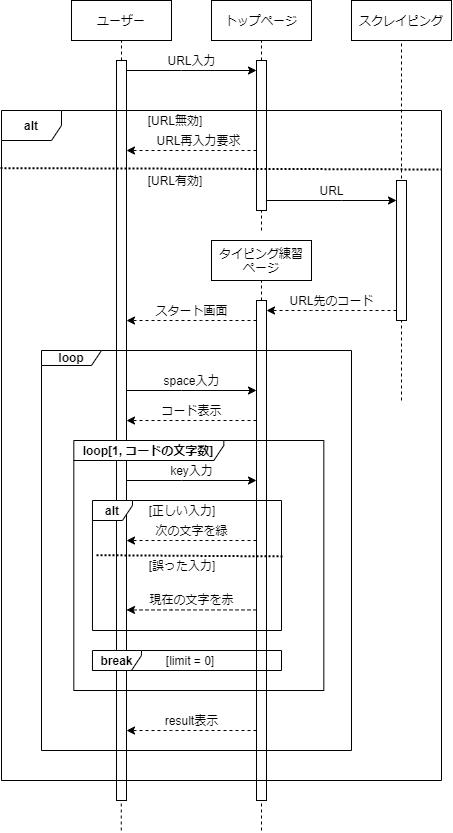
Before: documents/sequence.png, a diagram exported from draw.io (KoenHan/code_typing_app). Source tidied: cells renumbered, new cells last; positions are measured from the earlier drawing's top-left corner, leaving out a move shared by most shapes.
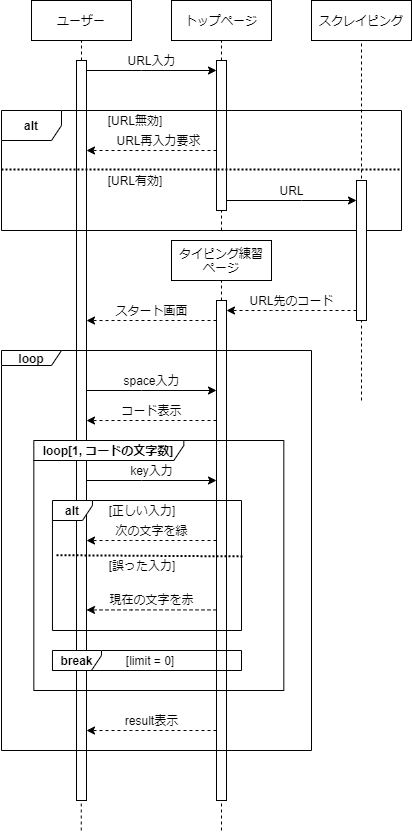
The same file after the commit.

Commit message:
fix sequence diagram

The edit, as a diff of the source:
```diff
@@ -6,7 +6,7 @@
       <mxGeometry x="41" y="350" width="310" height="400" as="geometry" />
     </mxCell>
     <mxCell id="3" value="alt" style="shape=umlFrame;whiteSpace=wrap;html=1;fontStyle=1;fontColor=#000000;labelBackgroundColor=none;strokeColor=#000000;fillColor=none;" parent="1" vertex="1">
-      <mxGeometry x="1" y="110" width="440" height="670" as="geometry" />
+      <mxGeometry x="41" y="110" width="400" height="120" as="geometry" />
     </mxCell>
     <mxCell id="4" style="edgeStyle=orthogonalEdgeStyle;rounded=0;jettySize=auto;html=1;dashed=1;fontColor=#000000;labelBackgroundColor=none;strokeColor=#000000;" parent="1" edge="1" source="30" target="16">
       <mxGeometry relative="1" as="geometry">
@@ -105,9 +105,9 @@
         <mxPoint x="401" y="400" as="sourcePoint" />
       </mxGeometry>
     </mxCell>
-    <mxCell id="25" style="endArrow=none;dashed=1;html=1;dashPattern=1 1;strokeWidth=2;fillColor=#f8cecc;exitX=-0.002;exitY=0.086;exitDx=0;exitDy=0;exitPerimeter=0;fontColor=#000000;labelBackgroundColor=none;strokeColor=#000000;" parent="1" edge="1">
+    <mxCell id="25" style="endArrow=none;dashed=1;html=1;dashPattern=1 1;strokeWidth=2;fillColor=#f8cecc;fontColor=#000000;labelBackgroundColor=none;strokeColor=#000000;" parent="1" edge="1">
       <mxGeometry relative="1" as="geometry">
-        <mxPoint x="0.1" y="167.6" as="sourcePoint" />
+        <mxPoint x="41" y="169" as="sourcePoint" />
         <mxPoint x="441" y="169" as="targetPoint" />
       </mxGeometry>
     </mxCell>
```
